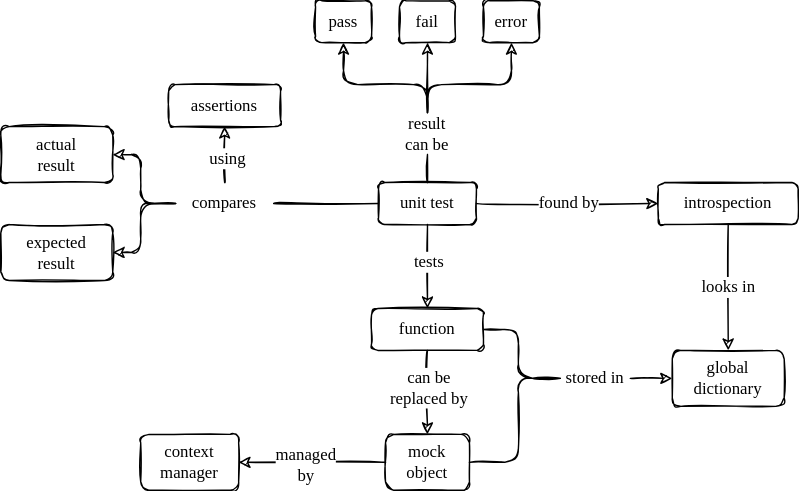
Earlier version of the draw.io export sdxpy/tester/tester_concept_map.svg (gvwilson/thirdbit). Source tidied: cells renumbered, new cells last; positions are measured from the earlier drawing's top-left corner, leaving out a move shared by most shapes.
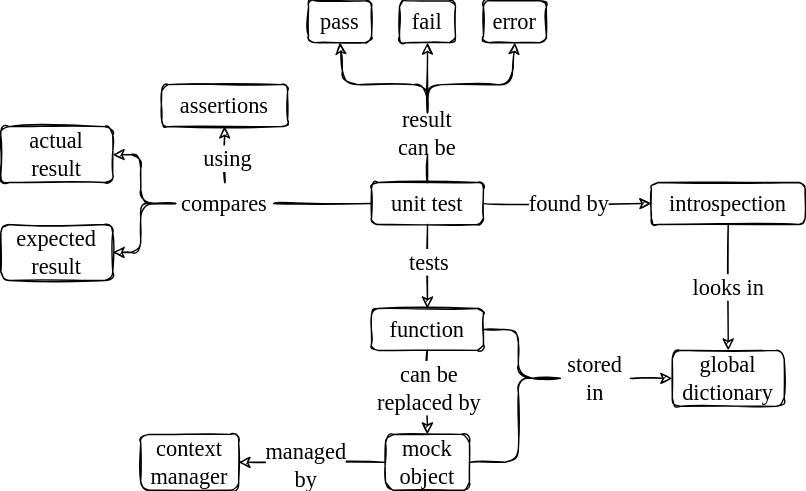
Later version of the same file.

Change to the diagram source:
```diff
@@ -2,37 +2,37 @@
   <root>
     <mxCell id="0" />
     <mxCell id="1" parent="0" />
-    <mxCell id="2" value="&lt;font style=&quot;font-size: 12px;&quot;&gt;unit test&lt;/font&gt;" style="rounded=1;whiteSpace=wrap;html=1;sketch=1;hachureGap=4;fontFamily=Comic Sans MS;fontSize=12;fillColor=none;" parent="1" vertex="1">
-      <mxGeometry x="270" y="130" width="70" height="30" as="geometry" />
+    <mxCell id="2" value="&lt;font style=&quot;font-size: 16px;&quot;&gt;unit test&lt;/font&gt;" style="rounded=1;whiteSpace=wrap;html=1;sketch=1;hachureGap=4;fontFamily=Comic Sans MS;fontSize=16;fillColor=none;" parent="1" vertex="1">
+      <mxGeometry x="265" y="130" width="80" height="30" as="geometry" />
     </mxCell>
-    <mxCell id="3" value="&lt;font style=&quot;font-size: 12px;&quot;&gt;pass&lt;/font&gt;" style="rounded=1;whiteSpace=wrap;html=1;sketch=1;hachureGap=4;fontFamily=Comic Sans MS;fontSize=12;fillColor=none;" parent="1" vertex="1">
-      <mxGeometry x="225" width="40" height="30" as="geometry" />
+    <mxCell id="3" value="&lt;font style=&quot;font-size: 16px;&quot;&gt;pass&lt;/font&gt;" style="rounded=1;whiteSpace=wrap;html=1;sketch=1;hachureGap=4;fontFamily=Comic Sans MS;fontSize=16;fillColor=none;" parent="1" vertex="1">
+      <mxGeometry x="220" width="45" height="30" as="geometry" />
     </mxCell>
-    <mxCell id="4" value="&lt;font style=&quot;font-size: 12px;&quot;&gt;fail&lt;/font&gt;" style="rounded=1;whiteSpace=wrap;html=1;sketch=1;hachureGap=4;fontFamily=Comic Sans MS;fontSize=12;fillColor=none;" parent="1" vertex="1">
+    <mxCell id="4" value="&lt;font style=&quot;font-size: 16px;&quot;&gt;fail&lt;/font&gt;" style="rounded=1;whiteSpace=wrap;html=1;sketch=1;hachureGap=4;fontFamily=Comic Sans MS;fontSize=16;fillColor=none;" parent="1" vertex="1">
       <mxGeometry x="285" width="40" height="30" as="geometry" />
     </mxCell>
-    <mxCell id="5" value="&lt;font style=&quot;font-size: 12px;&quot;&gt;error&lt;/font&gt;" style="rounded=1;whiteSpace=wrap;html=1;sketch=1;hachureGap=4;fontFamily=Comic Sans MS;fontSize=12;fillColor=none;" parent="1" vertex="1">
-      <mxGeometry x="345" width="40" height="30" as="geometry" />
+    <mxCell id="5" value="&lt;font style=&quot;font-size: 16px;&quot;&gt;error&lt;/font&gt;" style="rounded=1;whiteSpace=wrap;html=1;sketch=1;hachureGap=4;fontFamily=Comic Sans MS;fontSize=16;fillColor=none;" parent="1" vertex="1">
+      <mxGeometry x="345" width="45" height="30" as="geometry" />
     </mxCell>
-    <mxCell id="6" value="&lt;font style=&quot;font-size: 12px; line-height: 1;&quot;&gt;actual&lt;br&gt;result&lt;br&gt;&lt;/font&gt;" style="rounded=1;whiteSpace=wrap;html=1;sketch=1;hachureGap=4;fontFamily=Comic Sans MS;fontSize=12;fillColor=none;" parent="1" vertex="1">
+    <mxCell id="6" value="&lt;font style=&quot;font-size: 16px; line-height: 1;&quot;&gt;actual&lt;br style=&quot;font-size: 16px;&quot;&gt;result&lt;br style=&quot;font-size: 16px;&quot;&gt;&lt;/font&gt;" style="rounded=1;whiteSpace=wrap;html=1;sketch=1;hachureGap=4;fontFamily=Comic Sans MS;fontSize=16;fillColor=none;" parent="1" vertex="1">
       <mxGeometry y="90" width="80" height="40" as="geometry" />
     </mxCell>
-    <mxCell id="7" value="&lt;font style=&quot;font-size: 12px; line-height: 1;&quot;&gt;expected&lt;br&gt;result&lt;br&gt;&lt;/font&gt;" style="rounded=1;whiteSpace=wrap;html=1;sketch=1;hachureGap=4;fontFamily=Comic Sans MS;fontSize=12;fillColor=none;" parent="1" vertex="1">
+    <mxCell id="7" value="&lt;font style=&quot;font-size: 16px; line-height: 1;&quot;&gt;expected&lt;br style=&quot;font-size: 16px;&quot;&gt;result&lt;br style=&quot;font-size: 16px;&quot;&gt;&lt;/font&gt;" style="rounded=1;whiteSpace=wrap;html=1;sketch=1;hachureGap=4;fontFamily=Comic Sans MS;fontSize=16;fillColor=none;" parent="1" vertex="1">
       <mxGeometry y="160" width="80" height="40" as="geometry" />
     </mxCell>
-    <mxCell id="8" value="&lt;font style=&quot;font-size: 12px; line-height: 1;&quot;&gt;introspection&lt;br&gt;&lt;/font&gt;" style="rounded=1;whiteSpace=wrap;html=1;sketch=1;hachureGap=4;fontFamily=Comic Sans MS;fontSize=12;fillColor=none;" parent="1" vertex="1">
-      <mxGeometry x="470" y="130" width="100" height="30" as="geometry" />
+    <mxCell id="8" value="&lt;font style=&quot;font-size: 16px; line-height: 1;&quot;&gt;introspection&lt;br style=&quot;font-size: 16px;&quot;&gt;&lt;/font&gt;" style="rounded=1;whiteSpace=wrap;html=1;sketch=1;hachureGap=4;fontFamily=Comic Sans MS;fontSize=16;fillColor=none;" parent="1" vertex="1">
+      <mxGeometry x="465" y="130" width="110" height="30" as="geometry" />
     </mxCell>
-    <mxCell id="9" value="&lt;font style=&quot;font-size: 12px; line-height: 1;&quot;&gt;mock object&lt;br&gt;&lt;/font&gt;" style="rounded=1;whiteSpace=wrap;html=1;sketch=1;hachureGap=4;fontFamily=Comic Sans MS;fontSize=12;fillColor=none;" parent="1" vertex="1">
+    <mxCell id="9" value="&lt;font style=&quot;font-size: 16px; line-height: 1;&quot;&gt;mock object&lt;br style=&quot;font-size: 16px;&quot;&gt;&lt;/font&gt;" style="rounded=1;whiteSpace=wrap;html=1;sketch=1;hachureGap=4;fontFamily=Comic Sans MS;fontSize=16;fillColor=none;" parent="1" vertex="1">
       <mxGeometry x="275" y="310" width="60" height="40" as="geometry" />
     </mxCell>
-    <mxCell id="10" value="&lt;font style=&quot;font-size: 12px; line-height: 1;&quot;&gt;context manager&lt;br&gt;&lt;/font&gt;" style="rounded=1;whiteSpace=wrap;html=1;sketch=1;hachureGap=4;fontFamily=Comic Sans MS;fontSize=12;fillColor=none;" parent="1" vertex="1">
+    <mxCell id="10" value="&lt;font style=&quot;font-size: 16px; line-height: 1;&quot;&gt;context manager&lt;br style=&quot;font-size: 16px;&quot;&gt;&lt;/font&gt;" style="rounded=1;whiteSpace=wrap;html=1;sketch=1;hachureGap=4;fontFamily=Comic Sans MS;fontSize=16;fillColor=none;" parent="1" vertex="1">
       <mxGeometry x="100" y="310" width="70" height="40" as="geometry" />
     </mxCell>
-    <mxCell id="11" value="&lt;font style=&quot;font-size: 12px;&quot;&gt;assertions&lt;/font&gt;" style="rounded=1;whiteSpace=wrap;html=1;sketch=1;hachureGap=4;fontFamily=Comic Sans MS;fontSize=12;fillColor=none;" parent="1" vertex="1">
-      <mxGeometry x="120" y="60" width="80" height="30" as="geometry" />
+    <mxCell id="11" value="&lt;font style=&quot;font-size: 16px;&quot;&gt;assertions&lt;/font&gt;" style="rounded=1;whiteSpace=wrap;html=1;sketch=1;hachureGap=4;fontFamily=Comic Sans MS;fontSize=16;fillColor=none;" parent="1" vertex="1">
+      <mxGeometry x="115" y="60" width="90" height="30" as="geometry" />
     </mxCell>
-    <mxCell id="12" style="endArrow=classic;html=1;rounded=1;sketch=1;hachureGap=4;fontFamily=Comic Sans MS;fontSize=12;sourcePerimeterSpacing=8;targetPerimeterSpacing=8;entryX=0.5;entryY=1;entryDx=0;entryDy=0;exitX=0.5;exitY=0;exitDx=0;exitDy=0;" parent="1" edge="1" source="13" target="3">
+    <mxCell id="12" style="endArrow=classic;html=1;rounded=1;sketch=1;hachureGap=4;fontFamily=Comic Sans MS;fontSize=16;sourcePerimeterSpacing=8;targetPerimeterSpacing=8;entryX=0.5;entryY=1;entryDx=0;entryDy=0;exitX=0.5;exitY=0;exitDx=0;exitDy=0;" parent="1" edge="1" source="13" target="3">
       <mxGeometry relative="1" as="geometry">
         <Array as="points">
           <mxPoint x="305" y="60" />
@@ -40,10 +40,10 @@
         </Array>
       </mxGeometry>
     </mxCell>
-    <mxCell id="13" value="result&lt;br&gt;can be" style="text;html=1;strokeColor=none;fillColor=none;align=center;verticalAlign=middle;whiteSpace=wrap;rounded=0;sketch=1;hachureGap=4;fontFamily=Comic Sans MS;fontSize=12;" parent="1" vertex="1">
+    <mxCell id="13" value="result&lt;br style=&quot;font-size: 16px;&quot;&gt;can be" style="text;html=1;strokeColor=none;fillColor=none;align=center;verticalAlign=middle;whiteSpace=wrap;rounded=0;sketch=1;hachureGap=4;fontFamily=Comic Sans MS;fontSize=16;" parent="1" vertex="1">
       <mxGeometry x="275" y="80" width="60" height="30" as="geometry" />
     </mxCell>
-    <mxCell id="14" style="endArrow=classic;html=1;rounded=1;sketch=1;hachureGap=4;fontFamily=Comic Sans MS;fontSize=12;sourcePerimeterSpacing=8;targetPerimeterSpacing=8;entryX=0.5;entryY=1;entryDx=0;entryDy=0;exitX=0.5;exitY=0;exitDx=0;exitDy=0;" parent="1" edge="1" source="13" target="5">
+    <mxCell id="14" style="endArrow=classic;html=1;rounded=1;sketch=1;hachureGap=4;fontFamily=Comic Sans MS;fontSize=16;sourcePerimeterSpacing=8;targetPerimeterSpacing=8;entryX=0.5;entryY=1;entryDx=0;entryDy=0;exitX=0.5;exitY=0;exitDx=0;exitDy=0;" parent="1" edge="1" source="13" target="5">
       <mxGeometry relative="1" as="geometry">
         <Array as="points">
           <mxPoint x="305" y="60" />
@@ -51,16 +51,16 @@
         </Array>
       </mxGeometry>
     </mxCell>
-    <mxCell id="15" style="endArrow=none;html=1;rounded=0;sketch=1;hachureGap=4;fontFamily=Comic Sans MS;fontSize=12;sourcePerimeterSpacing=8;targetPerimeterSpacing=8;curved=1;entryX=0.5;entryY=1;entryDx=0;entryDy=0;exitX=0.5;exitY=0;exitDx=0;exitDy=0;" parent="1" edge="1" source="2" target="13">
+    <mxCell id="15" style="endArrow=none;html=1;rounded=0;sketch=1;hachureGap=4;fontFamily=Comic Sans MS;fontSize=16;sourcePerimeterSpacing=8;targetPerimeterSpacing=8;curved=1;entryX=0.5;entryY=1;entryDx=0;entryDy=0;exitX=0.5;exitY=0;exitDx=0;exitDy=0;" parent="1" edge="1" source="2" target="13">
       <mxGeometry relative="1" as="geometry" />
     </mxCell>
-    <mxCell id="16" value="compares" style="text;html=1;strokeColor=none;fillColor=none;align=center;verticalAlign=middle;whiteSpace=wrap;rounded=0;sketch=1;hachureGap=4;fontFamily=Comic Sans MS;fontSize=12;" parent="1" vertex="1">
+    <mxCell id="16" value="compares" style="text;html=1;strokeColor=none;fillColor=none;align=center;verticalAlign=middle;whiteSpace=wrap;rounded=0;sketch=1;hachureGap=4;fontFamily=Comic Sans MS;fontSize=16;" parent="1" vertex="1">
       <mxGeometry x="125" y="130" width="70" height="30" as="geometry" />
     </mxCell>
-    <mxCell id="17" style="endArrow=none;html=1;rounded=0;sketch=1;hachureGap=4;fontFamily=Comic Sans MS;fontSize=12;sourcePerimeterSpacing=8;targetPerimeterSpacing=8;curved=1;entryX=0;entryY=0.5;entryDx=0;entryDy=0;exitX=1;exitY=0.5;exitDx=0;exitDy=0;" parent="1" edge="1" source="16" target="2">
+    <mxCell id="17" style="endArrow=none;html=1;rounded=0;sketch=1;hachureGap=4;fontFamily=Comic Sans MS;fontSize=16;sourcePerimeterSpacing=8;targetPerimeterSpacing=8;curved=1;entryX=0;entryY=0.5;entryDx=0;entryDy=0;exitX=1;exitY=0.5;exitDx=0;exitDy=0;" parent="1" edge="1" source="16" target="2">
       <mxGeometry relative="1" as="geometry" />
     </mxCell>
-    <mxCell id="18" style="endArrow=classic;html=1;rounded=1;sketch=1;hachureGap=4;fontFamily=Comic Sans MS;fontSize=12;sourcePerimeterSpacing=8;targetPerimeterSpacing=8;entryX=1;entryY=0.5;entryDx=0;entryDy=0;exitX=0;exitY=0.5;exitDx=0;exitDy=0;" parent="1" edge="1" source="16" target="6">
+    <mxCell id="18" style="endArrow=classic;html=1;rounded=1;sketch=1;hachureGap=4;fontFamily=Comic Sans MS;fontSize=16;sourcePerimeterSpacing=8;targetPerimeterSpacing=8;entryX=1;entryY=0.5;entryDx=0;entryDy=0;exitX=0;exitY=0.5;exitDx=0;exitDy=0;" parent="1" edge="1" source="16" target="6">
       <mxGeometry relative="1" as="geometry">
         <Array as="points">
           <mxPoint x="100" y="145" />
@@ -68,7 +68,7 @@
         </Array>
       </mxGeometry>
     </mxCell>
-    <mxCell id="19" style="endArrow=classic;html=1;rounded=1;sketch=1;hachureGap=4;fontFamily=Comic Sans MS;fontSize=12;sourcePerimeterSpacing=8;targetPerimeterSpacing=8;entryX=1;entryY=0.5;entryDx=0;entryDy=0;exitX=0;exitY=0.5;exitDx=0;exitDy=0;" parent="1" edge="1" source="16" target="7">
+    <mxCell id="19" style="endArrow=classic;html=1;rounded=1;sketch=1;hachureGap=4;fontFamily=Comic Sans MS;fontSize=16;sourcePerimeterSpacing=8;targetPerimeterSpacing=8;entryX=1;entryY=0.5;entryDx=0;entryDy=0;exitX=0;exitY=0.5;exitDx=0;exitDy=0;" parent="1" edge="1" source="16" target="7">
       <mxGeometry relative="1" as="geometry">
         <Array as="points">
           <mxPoint x="100" y="145" />
@@ -76,49 +76,49 @@
         </Array>
       </mxGeometry>
     </mxCell>
-    <mxCell id="20" style="endArrow=classic;html=1;rounded=0;sketch=1;hachureGap=4;fontFamily=Comic Sans MS;fontSize=12;sourcePerimeterSpacing=8;targetPerimeterSpacing=8;curved=1;exitX=0.5;exitY=0;exitDx=0;exitDy=0;entryX=0.5;entryY=1;entryDx=0;entryDy=0;" parent="1" edge="1" source="16" target="11">
+    <mxCell id="20" style="endArrow=classic;html=1;rounded=0;sketch=1;hachureGap=4;fontFamily=Comic Sans MS;fontSize=16;sourcePerimeterSpacing=8;targetPerimeterSpacing=8;curved=1;exitX=0.5;exitY=0;exitDx=0;exitDy=0;entryX=0.5;entryY=1;entryDx=0;entryDy=0;" parent="1" edge="1" source="16" target="11">
       <mxGeometry relative="1" as="geometry" />
     </mxCell>
-    <mxCell id="21" value="using" style="edgeLabel;html=1;align=center;verticalAlign=middle;fontSize=12;fontFamily=Comic Sans MS;" parent="20" vertex="1">
+    <mxCell id="21" value="using" style="edgeLabel;html=1;align=center;verticalAlign=middle;fontSize=16;fontFamily=Comic Sans MS;" parent="20" vertex="1">
       <mxGeometry x="-0.1" y="-1" relative="1" as="geometry" />
     </mxCell>
-    <mxCell id="22" value="&lt;font style=&quot;font-size: 12px;&quot;&gt;function&lt;/font&gt;" style="rounded=1;whiteSpace=wrap;html=1;sketch=1;hachureGap=4;fontFamily=Comic Sans MS;fontSize=12;fillColor=none;" parent="1" vertex="1">
+    <mxCell id="22" value="&lt;font style=&quot;font-size: 16px;&quot;&gt;function&lt;/font&gt;" style="rounded=1;whiteSpace=wrap;html=1;sketch=1;hachureGap=4;fontFamily=Comic Sans MS;fontSize=16;fillColor=none;" parent="1" vertex="1">
       <mxGeometry x="265" y="220" width="80" height="30" as="geometry" />
     </mxCell>
-    <mxCell id="23" style="endArrow=classic;html=1;rounded=0;sketch=1;hachureGap=4;fontFamily=Comic Sans MS;fontSize=12;sourcePerimeterSpacing=8;targetPerimeterSpacing=8;curved=1;exitX=0.5;exitY=1;exitDx=0;exitDy=0;entryX=0.5;entryY=0;entryDx=0;entryDy=0;" parent="1" edge="1" source="2" target="22">
+    <mxCell id="23" style="endArrow=classic;html=1;rounded=0;sketch=1;hachureGap=4;fontFamily=Comic Sans MS;fontSize=16;sourcePerimeterSpacing=8;targetPerimeterSpacing=8;curved=1;exitX=0.5;exitY=1;exitDx=0;exitDy=0;entryX=0.5;entryY=0;entryDx=0;entryDy=0;" parent="1" edge="1" source="2" target="22">
       <mxGeometry relative="1" as="geometry" />
     </mxCell>
-    <mxCell id="24" value="tests" style="edgeLabel;html=1;align=center;verticalAlign=middle;fontSize=12;fontFamily=Comic Sans MS;" parent="23" vertex="1">
+    <mxCell id="24" value="tests" style="edgeLabel;html=1;align=center;verticalAlign=middle;fontSize=16;fontFamily=Comic Sans MS;" parent="23" vertex="1">
       <mxGeometry x="-0.13" relative="1" as="geometry" />
     </mxCell>
-    <mxCell id="25" style="endArrow=classic;html=1;rounded=0;sketch=1;hachureGap=4;fontFamily=Comic Sans MS;fontSize=12;sourcePerimeterSpacing=8;targetPerimeterSpacing=8;curved=1;entryX=0.5;entryY=0;entryDx=0;entryDy=0;exitX=0.5;exitY=1;exitDx=0;exitDy=0;" parent="1" edge="1" source="22" target="9">
+    <mxCell id="25" style="endArrow=classic;html=1;rounded=0;sketch=1;hachureGap=4;fontFamily=Comic Sans MS;fontSize=16;sourcePerimeterSpacing=8;targetPerimeterSpacing=8;curved=1;entryX=0.5;entryY=0;entryDx=0;entryDy=0;exitX=0.5;exitY=1;exitDx=0;exitDy=0;" parent="1" edge="1" source="22" target="9">
       <mxGeometry relative="1" as="geometry" />
     </mxCell>
-    <mxCell id="26" value="can be&lt;br&gt;replaced by" style="edgeLabel;html=1;align=center;verticalAlign=middle;fontSize=12;fontFamily=Comic Sans MS;" parent="25" vertex="1">
+    <mxCell id="26" value="can be&lt;br style=&quot;font-size: 16px;&quot;&gt;replaced by" style="edgeLabel;html=1;align=center;verticalAlign=middle;fontSize=16;fontFamily=Comic Sans MS;" parent="25" vertex="1">
       <mxGeometry x="-0.15" relative="1" as="geometry" />
     </mxCell>
-    <mxCell id="27" style="endArrow=classic;html=1;rounded=0;sketch=1;hachureGap=4;fontFamily=Comic Sans MS;fontSize=12;sourcePerimeterSpacing=8;targetPerimeterSpacing=8;curved=1;entryX=0;entryY=0.5;entryDx=0;entryDy=0;exitX=1;exitY=0.5;exitDx=0;exitDy=0;" parent="1" edge="1" source="2" target="8">
+    <mxCell id="27" style="endArrow=classic;html=1;rounded=0;sketch=1;hachureGap=4;fontFamily=Comic Sans MS;fontSize=16;sourcePerimeterSpacing=8;targetPerimeterSpacing=8;curved=1;entryX=0;entryY=0.5;entryDx=0;entryDy=0;exitX=1;exitY=0.5;exitDx=0;exitDy=0;" parent="1" edge="1" source="2" target="8">
       <mxGeometry relative="1" as="geometry" />
     </mxCell>
-    <mxCell id="28" value="found by" style="edgeLabel;html=1;align=center;verticalAlign=middle;fontSize=12;fontFamily=Comic Sans MS;" parent="27" vertex="1">
+    <mxCell id="28" value="found by" style="edgeLabel;html=1;align=center;verticalAlign=middle;fontSize=16;fontFamily=Comic Sans MS;" parent="27" vertex="1">
       <mxGeometry y="1" relative="1" as="geometry" />
     </mxCell>
-    <mxCell id="29" style="endArrow=classic;html=1;rounded=1;sketch=1;hachureGap=4;fontFamily=Comic Sans MS;fontSize=12;sourcePerimeterSpacing=8;targetPerimeterSpacing=8;entryX=1;entryY=0.5;entryDx=0;entryDy=0;exitX=0;exitY=0.5;exitDx=0;exitDy=0;" parent="1" edge="1" source="9" target="10">
+    <mxCell id="29" style="endArrow=classic;html=1;rounded=1;sketch=1;hachureGap=4;fontFamily=Comic Sans MS;fontSize=16;sourcePerimeterSpacing=8;targetPerimeterSpacing=8;entryX=1;entryY=0.5;entryDx=0;entryDy=0;exitX=0;exitY=0.5;exitDx=0;exitDy=0;" parent="1" edge="1" source="9" target="10">
       <mxGeometry relative="1" as="geometry" />
     </mxCell>
-    <mxCell id="30" value="managed&lt;br&gt;by" style="edgeLabel;html=1;align=center;verticalAlign=middle;fontSize=12;fontFamily=Comic Sans MS;spacingLeft=2;spacingRight=2;" parent="29" vertex="1">
+    <mxCell id="30" value="managed&lt;br style=&quot;font-size: 16px;&quot;&gt;by" style="edgeLabel;html=1;align=center;verticalAlign=middle;fontSize=16;fontFamily=Comic Sans MS;spacingLeft=2;spacingRight=2;" parent="29" vertex="1">
       <mxGeometry x="0.1" y="1" relative="1" as="geometry" />
     </mxCell>
-    <mxCell id="31" value="&lt;font style=&quot;font-size: 12px;&quot;&gt;global dictionary&lt;/font&gt;" style="rounded=1;whiteSpace=wrap;html=1;sketch=1;hachureGap=4;fontFamily=Comic Sans MS;fontSize=12;fillColor=none;" parent="1" vertex="1">
+    <mxCell id="31" value="&lt;font style=&quot;font-size: 16px;&quot;&gt;global dictionary&lt;/font&gt;" style="rounded=1;whiteSpace=wrap;html=1;sketch=1;hachureGap=4;fontFamily=Comic Sans MS;fontSize=16;fillColor=none;" parent="1" vertex="1">
       <mxGeometry x="480" y="250" width="80" height="40" as="geometry" />
     </mxCell>
-    <mxCell id="32" value="looks in" style="endArrow=classic;html=1;rounded=1;sketch=1;hachureGap=4;fontFamily=Comic Sans MS;fontSize=12;sourcePerimeterSpacing=8;targetPerimeterSpacing=8;entryX=0.5;entryY=0;entryDx=0;entryDy=0;exitX=0.5;exitY=1;exitDx=0;exitDy=0;" parent="1" edge="1" source="8" target="31">
+    <mxCell id="32" value="looks in" style="endArrow=classic;html=1;rounded=1;sketch=1;hachureGap=4;fontFamily=Comic Sans MS;fontSize=16;sourcePerimeterSpacing=8;targetPerimeterSpacing=8;entryX=0.5;entryY=0;entryDx=0;entryDy=0;exitX=0.5;exitY=1;exitDx=0;exitDy=0;" parent="1" edge="1" source="8" target="31">
       <mxGeometry relative="1" as="geometry" />
     </mxCell>
-    <mxCell id="33" value="stored in" style="text;html=1;strokeColor=none;fillColor=none;align=center;verticalAlign=middle;whiteSpace=wrap;rounded=0;sketch=1;hachureGap=4;fontFamily=Comic Sans MS;fontSize=12;" parent="1" vertex="1">
+    <mxCell id="33" value="stored in" style="text;html=1;strokeColor=none;fillColor=none;align=center;verticalAlign=middle;whiteSpace=wrap;rounded=0;sketch=1;hachureGap=4;fontFamily=Comic Sans MS;fontSize=16;" parent="1" vertex="1">
       <mxGeometry x="400" y="255" width="50" height="30" as="geometry" />
     </mxCell>
-    <mxCell id="34" style="endArrow=none;html=1;rounded=1;sketch=1;hachureGap=4;fontFamily=Comic Sans MS;fontSize=12;sourcePerimeterSpacing=8;targetPerimeterSpacing=8;entryX=0;entryY=0.5;entryDx=0;entryDy=0;exitX=1;exitY=0.5;exitDx=0;exitDy=0;" parent="1" edge="1" source="22" target="33">
+    <mxCell id="34" style="endArrow=none;html=1;rounded=1;sketch=1;hachureGap=4;fontFamily=Comic Sans MS;fontSize=16;sourcePerimeterSpacing=8;targetPerimeterSpacing=8;entryX=0;entryY=0.5;entryDx=0;entryDy=0;exitX=1;exitY=0.5;exitDx=0;exitDy=0;" parent="1" edge="1" source="22" target="33">
       <mxGeometry relative="1" as="geometry">
         <Array as="points">
           <mxPoint x="370" y="235" />
@@ -126,7 +126,7 @@
         </Array>
       </mxGeometry>
     </mxCell>
-    <mxCell id="35" style="endArrow=none;html=1;rounded=1;sketch=1;hachureGap=4;fontFamily=Comic Sans MS;fontSize=12;sourcePerimeterSpacing=8;targetPerimeterSpacing=8;entryX=0;entryY=0.5;entryDx=0;entryDy=0;exitX=1;exitY=0.5;exitDx=0;exitDy=0;" parent="1" edge="1" source="9" target="33">
+    <mxCell id="35" style="endArrow=none;html=1;rounded=1;sketch=1;hachureGap=4;fontFamily=Comic Sans MS;fontSize=16;sourcePerimeterSpacing=8;targetPerimeterSpacing=8;entryX=0;entryY=0.5;entryDx=0;entryDy=0;exitX=1;exitY=0.5;exitDx=0;exitDy=0;" parent="1" edge="1" source="9" target="33">
       <mxGeometry relative="1" as="geometry">
         <Array as="points">
           <mxPoint x="370" y="330" />
@@ -134,10 +134,10 @@
         </Array>
       </mxGeometry>
     </mxCell>
-    <mxCell id="36" style="endArrow=classic;html=1;rounded=1;sketch=1;hachureGap=4;fontFamily=Comic Sans MS;fontSize=12;sourcePerimeterSpacing=8;targetPerimeterSpacing=8;entryX=0;entryY=0.5;entryDx=0;entryDy=0;exitX=1;exitY=0.5;exitDx=0;exitDy=0;" parent="1" edge="1" source="33" target="31">
+    <mxCell id="36" style="endArrow=classic;html=1;rounded=1;sketch=1;hachureGap=4;fontFamily=Comic Sans MS;fontSize=16;sourcePerimeterSpacing=8;targetPerimeterSpacing=8;entryX=0;entryY=0.5;entryDx=0;entryDy=0;exitX=1;exitY=0.5;exitDx=0;exitDy=0;" parent="1" edge="1" source="33" target="31">
       <mxGeometry relative="1" as="geometry" />
     </mxCell>
-    <mxCell id="37" style="endArrow=classic;html=1;rounded=1;sketch=1;hachureGap=4;fontFamily=Comic Sans MS;fontSize=12;sourcePerimeterSpacing=8;targetPerimeterSpacing=8;entryX=0.5;entryY=1;entryDx=0;entryDy=0;exitX=0.5;exitY=0;exitDx=0;exitDy=0;" parent="1" edge="1" source="13" target="4">
+    <mxCell id="37" style="endArrow=classic;html=1;rounded=1;sketch=1;hachureGap=4;fontFamily=Comic Sans MS;fontSize=16;sourcePerimeterSpacing=8;targetPerimeterSpacing=8;entryX=0.5;entryY=1;entryDx=0;entryDy=0;exitX=0.5;exitY=0;exitDx=0;exitDy=0;" parent="1" edge="1" source="13" target="4">
       <mxGeometry relative="1" as="geometry" />
     </mxCell>
   </root>
```
